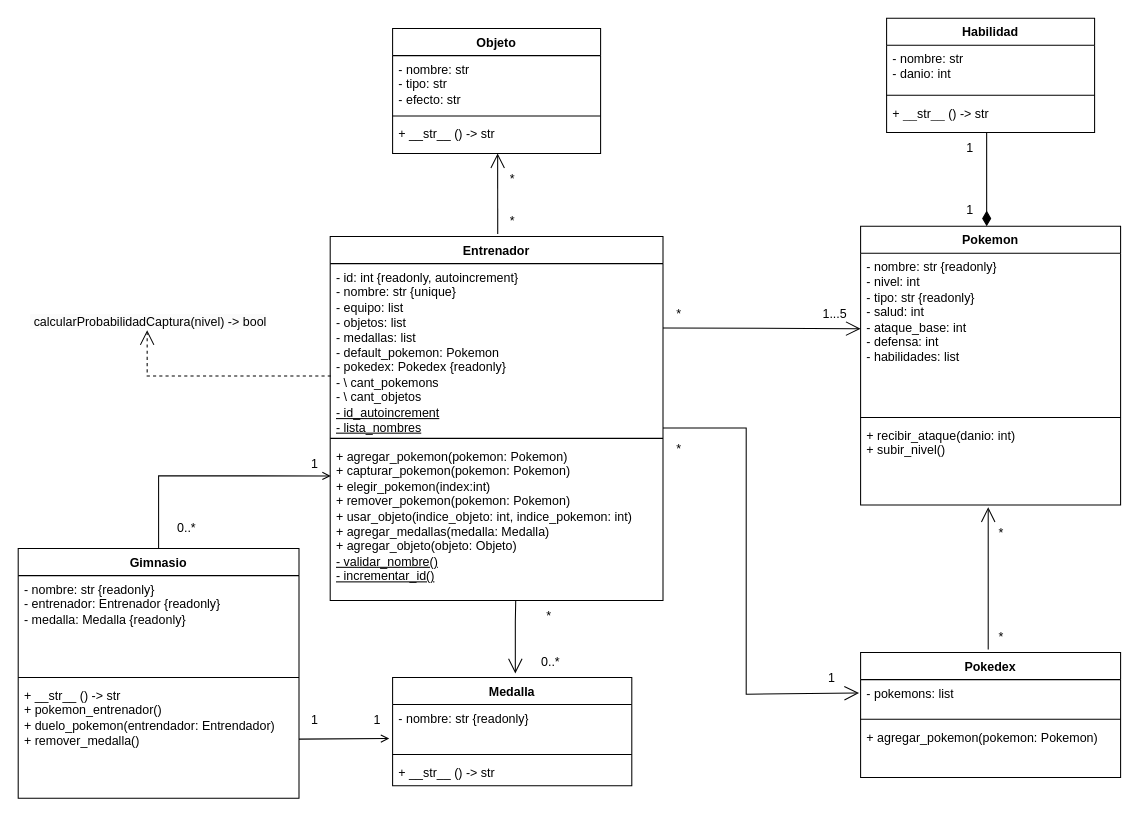
The draw.io diagram pokemon.drawio in MarucoMass/tp-integrador-P2-Massonnat-Martin-Palena, before the edit. Source tidied: cells renumbered, new cells numbered last; positions are measured from the earlier drawing's top-left corner, leaving out a move shared by most shapes. Both pictures are drawn from the tidied source at 104%, with x=0, y=0 at pixel (18, 18).
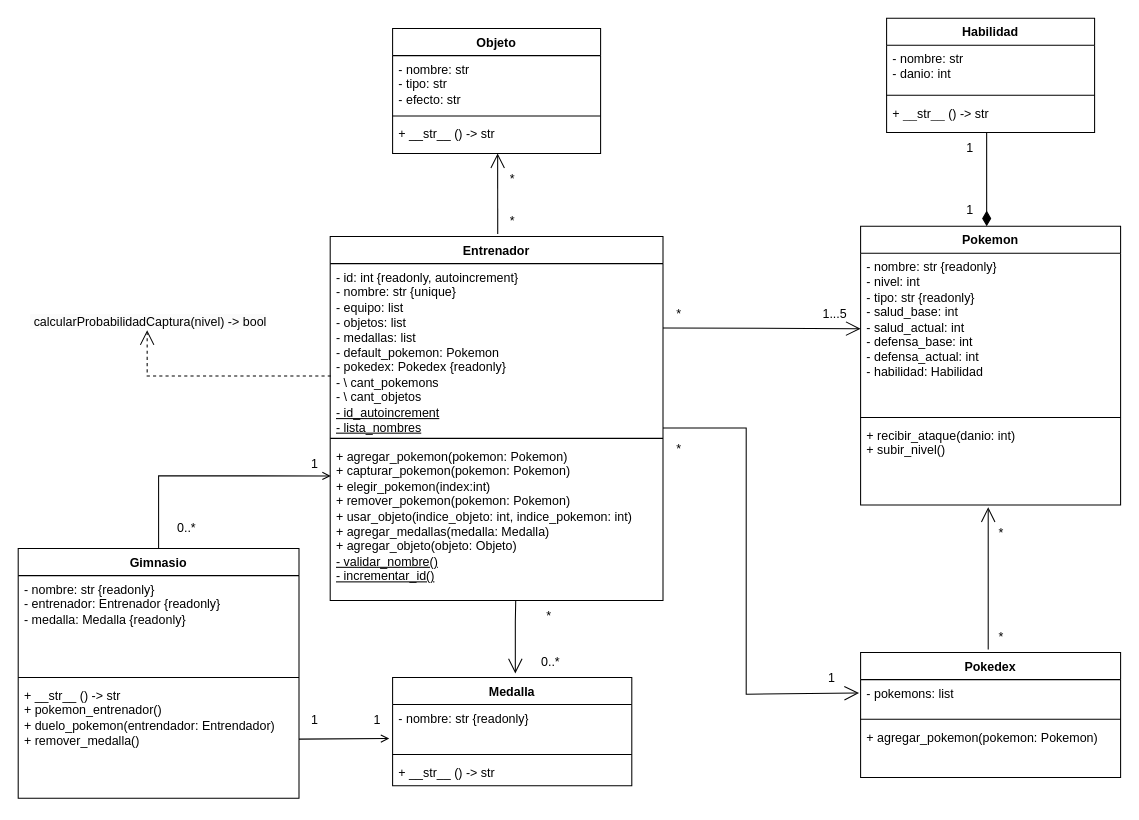
Above is the later version.

Unchanged cells that the change refers to:
```xml
<mxCell id="6" value="Pokemon" style="swimlane;fontStyle=1;align=center;verticalAlign=top;horizontal=1;startSize=26;whiteSpace=wrap;html=1;" parent="1" vertex="1">
  <mxGeometry x="810" y="200" width="250" height="268" as="geometry" />
</mxCell>
```

Change to the diagram source:
```diff
@@
-    <mxCell id="7" value="- nombre: str {readonly}&lt;div&gt;- nivel: int&lt;/div&gt;&lt;div&gt;- tipo: str {readonly}&lt;/div&gt;&lt;div&gt;- salud: int&lt;/div&gt;&lt;div&gt;- ataque_base: int&lt;/div&gt;&lt;div&gt;- defensa: int&lt;/div&gt;&lt;div&gt;- habilidades: list&lt;/div&gt;&lt;div&gt;&lt;br&gt;&lt;/div&gt;" style="text;strokeColor=none;fillColor=none;align=left;verticalAlign=top;spacingLeft=4;spacingRight=4;overflow=hidden;points=[[0,0.5],[1,0.5]];portConstraint=eastwest;whiteSpace=wrap;html=1;" parent="6" vertex="1">
+    <mxCell id="7" value="- nombre: str {readonly}&lt;div&gt;- nivel: int&lt;/div&gt;&lt;div&gt;- tipo: str {readonly}&lt;/div&gt;&lt;div&gt;- salud_base: int&lt;/div&gt;&lt;div&gt;- salud_actual: int&lt;/div&gt;&lt;div&gt;- defensa_base: int&lt;/div&gt;&lt;div&gt;- defensa_actual: int&lt;/div&gt;&lt;div&gt;- habilidad: Habilidad&lt;/div&gt;&lt;div&gt;&lt;br&gt;&lt;/div&gt;" style="text;strokeColor=none;fillColor=none;align=left;verticalAlign=top;spacingLeft=4;spacingRight=4;overflow=hidden;points=[[0,0.5],[1,0.5]];portConstraint=eastwest;whiteSpace=wrap;html=1;" parent="6" vertex="1">
       <mxGeometry y="26" width="250" height="154" as="geometry" />
     </mxCell>
```
